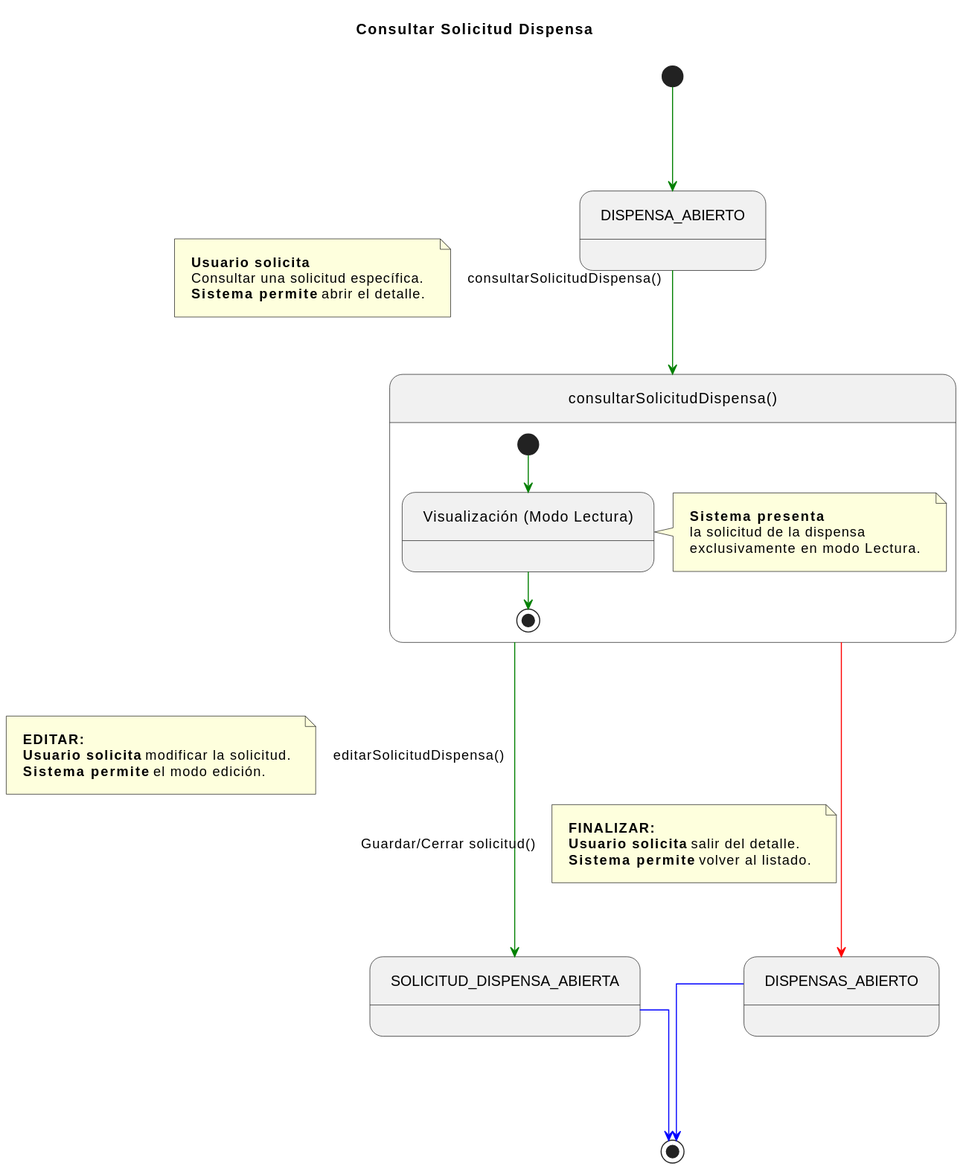
This is documents/CasosDeUso/DetalladoCasosDeUso/Secretaria/consultarSolicitudDispensa.svg from enmabry/25-26-IdSw1-SdR, a PlantUML export, as it was before one commit.
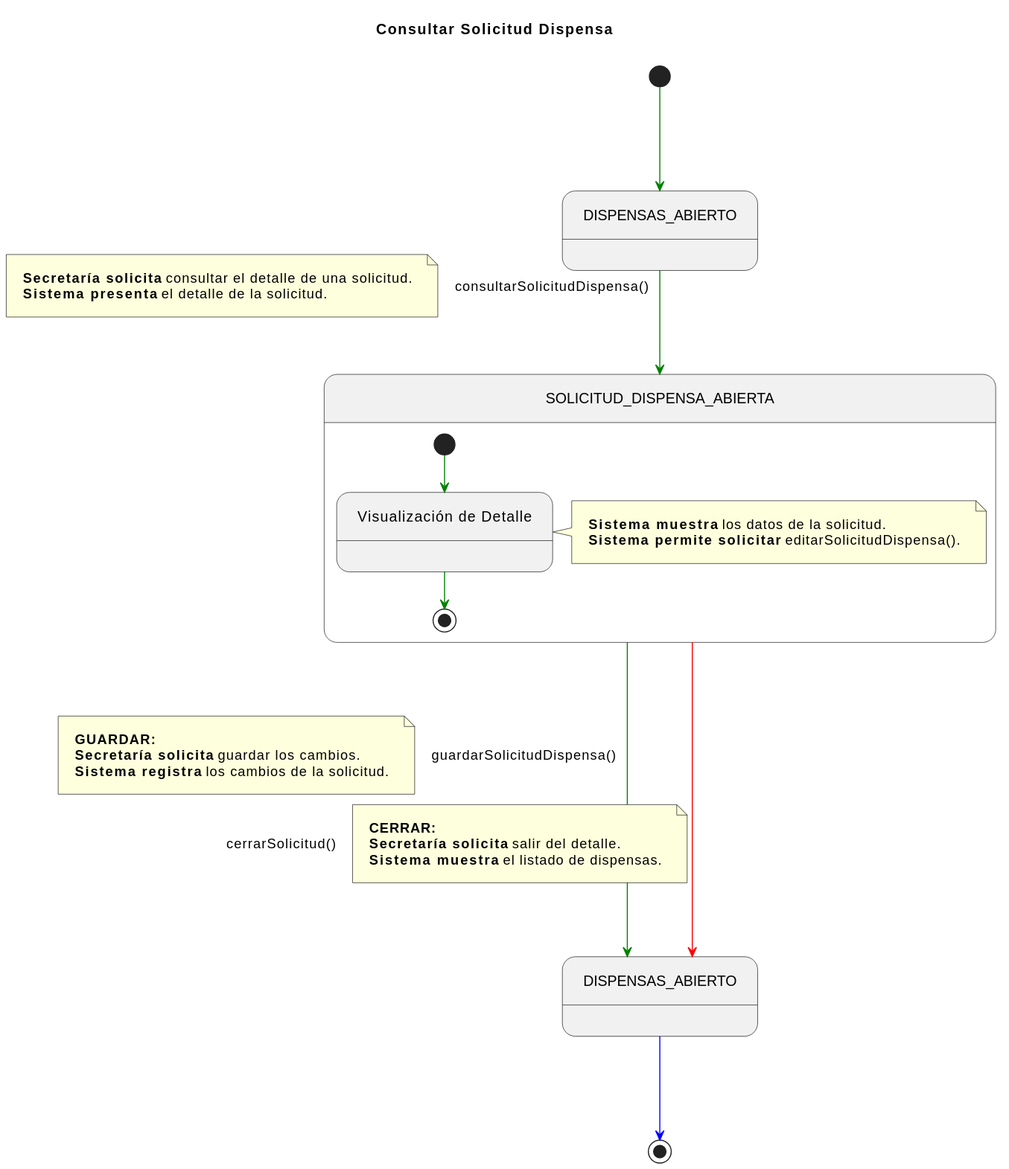
Above is the later version.

Commit message:
fix: corregir terminología y estructura en la mayoria de los casos de uso de Secretaría

What changed in the source:
```diff
@@ -1,53 +1,45 @@
 @startuml
 title Consultar Solicitud Dispensa
-
 skinparam nodesep 100
 skinparam ranksep 100
 skinparam linetype ortho
 skinparam Padding 10
 
-state DISPENSA_ABIERTO_INICIAL  as "DISPENSA_ABIERTO"
-state CONSULTAR_DISPENSA_COMP   as "consultarSolicitudDispensa()"
-state SOLICITUD_DISPENSA_EDITAR as "SOLICITUD_DISPENSA_ABIERTA"
-state DISPENSAS_ABIERTO_FINAL   as "DISPENSAS_ABIERTO"
+state DISPENSAS_ABIERTO_INICIAL       as "DISPENSAS_ABIERTO"
+state SOLICITUD_DISPENSA_ABIERTA_COMP as "SOLICITUD_DISPENSA_ABIERTA"
+state DISPENSAS_ABIERTO_FINAL         as "DISPENSAS_ABIERTO"
 
-[*] -[#green]-> DISPENSA_ABIERTO_INICIAL
+[*] -[#green]-> DISPENSAS_ABIERTO_INICIAL
 
-DISPENSA_ABIERTO_INICIAL -[#green]-> CONSULTAR_DISPENSA_COMP : consultarSolicitudDispensa()
+DISPENSAS_ABIERTO_INICIAL -[#green]-> SOLICITUD_DISPENSA_ABIERTA_COMP : consultarSolicitudDispensa()
 note left on link
-    <b>Usuario solicita</b>
-    Consultar una solicitud específica.
-    <b>Sistema permite</b> abrir el detalle.
+    <b>Secretaría solicita</b> consultar el detalle de una solicitud.
+    <b>Sistema presenta</b> el detalle de la solicitud.
 end note
 
-state CONSULTAR_DISPENSA_COMP {
-    state MostrarSolicitud as "Visualización (Modo Lectura)"
-
-    [*] -[#green]-> MostrarSolicitud
-
-    note right of MostrarSolicitud
-        <b>Sistema presenta</b>
-        la solicitud de la dispensa
-        exclusivamente en modo Lectura.
+state SOLICITUD_DISPENSA_ABIERTA_COMP {
+    state VisualizacionDetalle as "Visualización de Detalle"
+    [*] -[#green]-> VisualizacionDetalle
+    note right of VisualizacionDetalle
+        <b>Sistema muestra</b> los datos de la solicitud.
+        <b>Sistema permite solicitar</b> editarSolicitudDispensa().
     end note
-
-    MostrarSolicitud -[#green]-> [*]
+    VisualizacionDetalle -[#green]-> [*]
 }
 
-CONSULTAR_DISPENSA_COMP -[#green]---> SOLICITUD_DISPENSA_EDITAR : editarSolicitudDispensa()
+SOLICITUD_DISPENSA_ABIERTA_COMP -[#green]---> DISPENSAS_ABIERTO_FINAL : guardarSolicitudDispensa()
 note left on link
-    <b>EDITAR:</b>
-    <b>Usuario solicita</b> modificar la solicitud.
-    <b>Sistema permite</b> el modo edición.
+    <b>GUARDAR:</b>
+    <b>Secretaría solicita</b> guardar los cambios.
+    <b>Sistema registra</b> los cambios de la solicitud.
 end note
 
-CONSULTAR_DISPENSA_COMP -[#red]---> DISPENSAS_ABIERTO_FINAL : Guardar/Cerrar solicitud()
+SOLICITUD_DISPENSA_ABIERTA_COMP -[#red]---> DISPENSAS_ABIERTO_FINAL : cerrarSolicitud()
 note right on link
-    <b>FINALIZAR:</b>
-    <b>Usuario solicita</b> salir del detalle.
-    <b>Sistema permite</b> volver al listado.
+    <b>CERRAR:</b>
+    <b>Secretaría solicita</b> salir del detalle.
+    <b>Sistema muestra</b> el listado de dispensas.
 end note
 
-SOLICITUD_DISPENSA_EDITAR -[#blue]-> [*]
 DISPENSAS_ABIERTO_FINAL -[#blue]-> [*]
 @enduml
```
